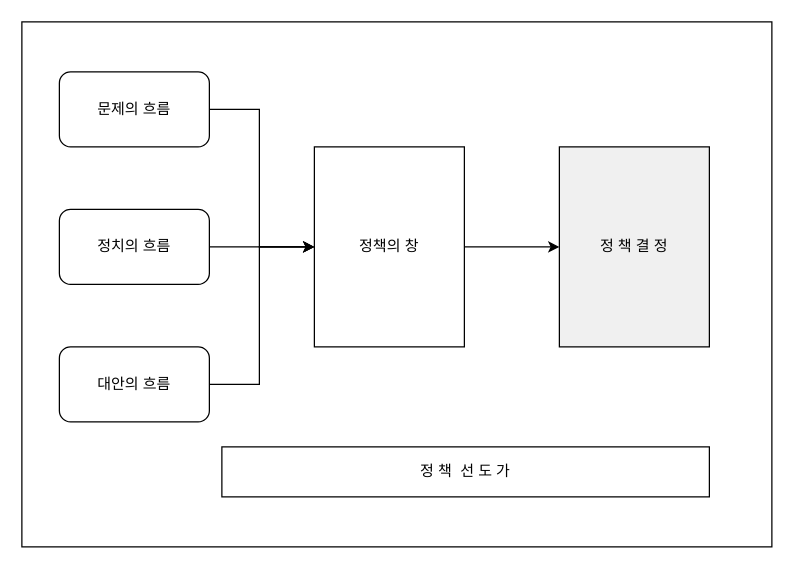
Above: diagram.drawio in kjsang/conflict.of.interest (draw.io), before the change. Source tidied: cells renumbered, new cells numbered last; positions are measured from the earlier drawing's top-left corner, leaving out a move shared by most shapes. Both pictures are drawn from the tidied source at 125%, with x=0, y=0 at pixel (21, 21).
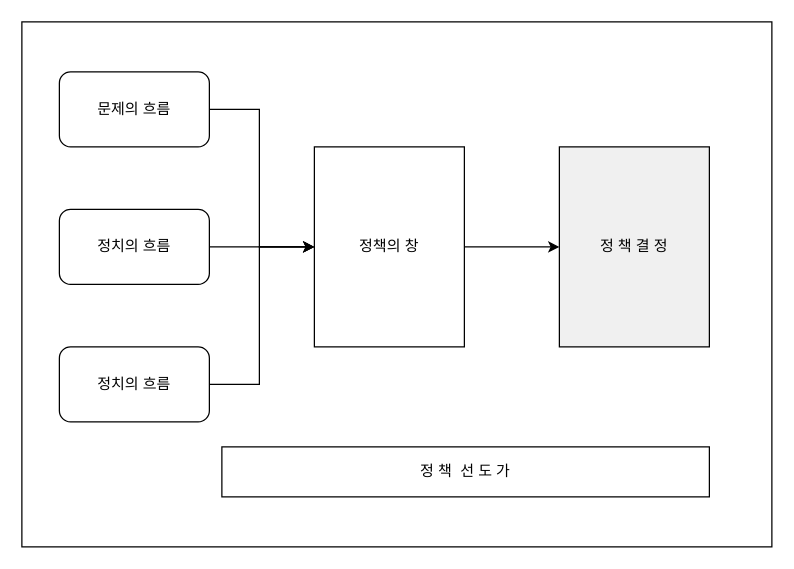
Above is the later version.

What changed in the source:
```diff
@@
 <mxGraphModel>
   <root>
     <mxCell id="0" />
     <mxCell id="1" parent="0" />
     <mxCell id="2" style="rounded=0;whiteSpace=wrap;html=1;fillColor=#FFFFFF;" parent="1" vertex="1">
       <mxGeometry width="600" height="420" as="geometry" />
     </mxCell>
     <mxCell id="3" style="edgeStyle=orthogonalEdgeStyle;rounded=0;jettySize=auto;html=1;exitX=1;exitY=0.5;exitDx=0;exitDy=0;entryX=0;entryY=0.5;entryDx=0;entryDy=0;" parent="1" edge="1" source="4" target="7">
       <mxGeometry relative="1" as="geometry">
         <Array as="points">
           <mxPoint x="190" y="70" />
           <mxPoint x="190" y="180" />
         </Array>
       </mxGeometry>
     </mxCell>
     <mxCell id="4" value="문제의 흐름" style="rounded=1;whiteSpace=wrap;html=1;" parent="1" vertex="1">
       <mxGeometry x="30" y="40" width="120" height="60" as="geometry" />
     </mxCell>
     <mxCell id="5" value="정치의 흐름" style="rounded=1;whiteSpace=wrap;html=1;" parent="1" vertex="1">
       <mxGeometry x="30" y="150" width="120" height="60" as="geometry" />
     </mxCell>
-    <mxCell id="6" value="대안의 흐름" style="rounded=1;whiteSpace=wrap;html=1;" parent="1" vertex="1">
+    <mxCell id="6" value="정치의 흐름" style="rounded=1;whiteSpace=wrap;html=1;" parent="1" vertex="1">
       <mxGeometry x="30" y="260" width="120" height="60" as="geometry" />
     </mxCell>
     <mxCell id="7" value="정책의 창" style="rounded=0;whiteSpace=wrap;html=1;" parent="1" vertex="1">
       <mxGeometry x="234" y="100" width="120" height="160" as="geometry" />
     </mxCell>
     <mxCell id="8" value="정 책 결 정" style="rounded=0;whiteSpace=wrap;html=1;fillColor=#F0F0F0;" parent="1" vertex="1">
       <mxGeometry x="430" y="100" width="120" height="160" as="geometry" />
     </mxCell>
     <mxCell id="9" style="endArrow=classic;html=1;rounded=0;exitX=1;exitY=0.5;exitDx=0;exitDy=0;entryX=0;entryY=0.5;entryDx=0;entryDy=0;" parent="1" edge="1" source="5" target="7">
       <mxGeometry relative="1" as="geometry" />
     </mxCell>
     <mxCell id="10" style="endArrow=classic;html=1;rounded=0;exitX=1;exitY=0.5;exitDx=0;exitDy=0;" parent="1" edge="1" source="6">
       <mxGeometry relative="1" as="geometry">
         <mxPoint x="234" y="180" as="targetPoint" />
         <Array as="points">
           <mxPoint x="190" y="290" />
           <mxPoint x="190" y="180" />
         </Array>
       </mxGeometry>
     </mxCell>
     <mxCell id="11" style="endArrow=classic;html=1;rounded=0;entryX=0;entryY=0.5;entryDx=0;entryDy=0;" parent="1" edge="1" target="8">
       <mxGeometry relative="1" as="geometry">
         <mxPoint x="354" y="180" as="sourcePoint" />
       </mxGeometry>
     </mxCell>
     <mxCell id="12" value="정 책&amp;nbsp; 선 도 가" style="rounded=0;whiteSpace=wrap;html=1;" parent="1" vertex="1">
       <mxGeometry x="160" y="340" width="390" height="40" as="geometry" />
     </mxCell>
   </root>
 </mxGraphModel>
```
